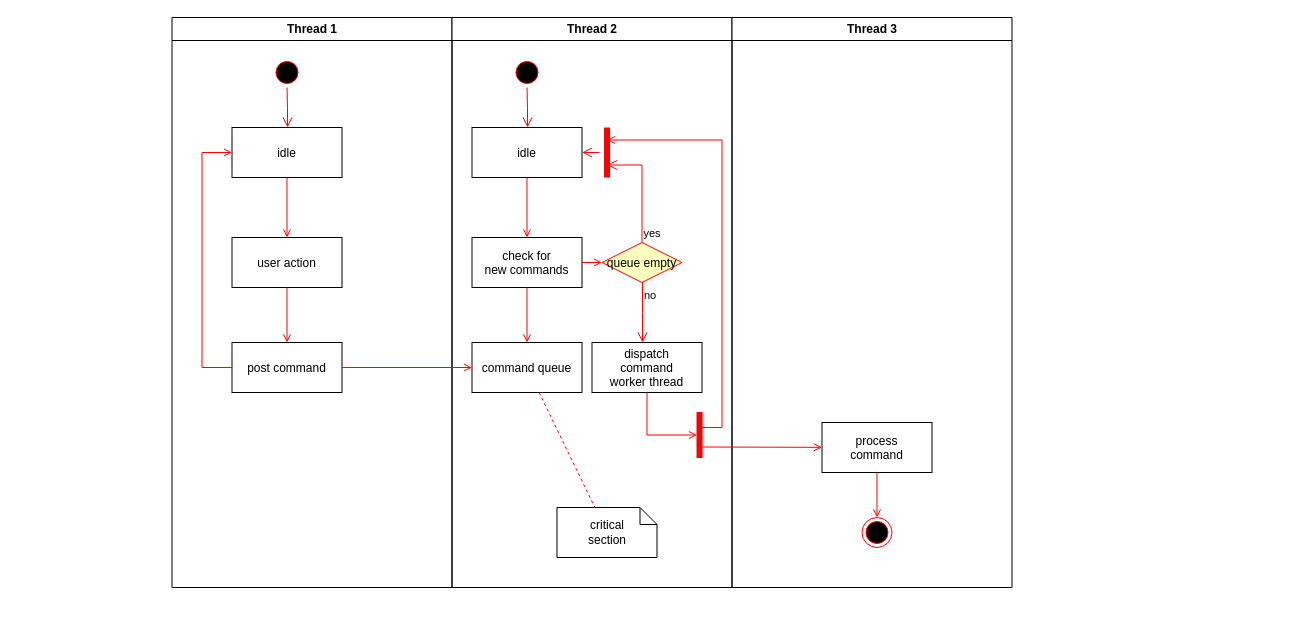
The draw.io diagram createPengajuan.drawio in alifatur323/intern-bootcamp-bri, before the edit. Source tidied: cells renumbered, new cells numbered last; positions are measured from the earlier drawing's top-left corner, leaving out a move shared by most shapes. Both pictures are drawn from the tidied source at 100%, with x=0, y=0 at pixel (171, 17).
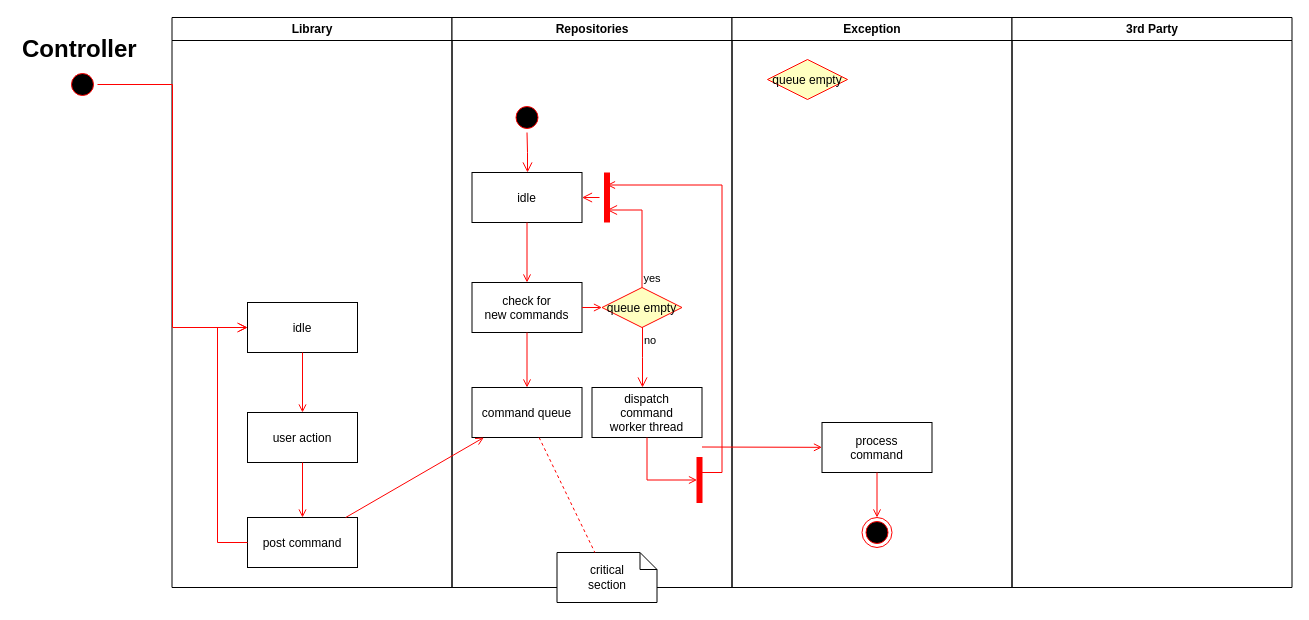
Above is the later version.

What changed in the source:
```diff
@@
-    <mxCell id="2" value="Thread 1" style="swimlane;whiteSpace=wrap;" parent="1" vertex="1">
+    <mxCell id="2" value="Library" style="swimlane;whiteSpace=wrap;" parent="1" vertex="1">
       <mxGeometry x="0.5" width="280" height="570" as="geometry" />
     </mxCell>
-    <mxCell id="3" style="ellipse;shape=startState;fillColor=#000000;strokeColor=#ff0000;" parent="2" vertex="1">
-      <mxGeometry x="100" y="40" width="30" height="30" as="geometry" />
-    </mxCell>
-    <mxCell id="4" style="edgeStyle=elbowEdgeStyle;elbow=horizontal;verticalAlign=bottom;endArrow=open;endSize=8;strokeColor=#FF0000;endFill=1;rounded=0;" parent="2" edge="1" source="3" target="5">
-      <mxGeometry x="100" y="40" as="geometry" />
-    </mxCell>
     <mxCell id="5" value="idle" parent="2" vertex="1">
-      <mxGeometry x="60" y="110" width="110" height="50" as="geometry" />
+      <mxGeometry x="75.5" y="285" width="110" height="50" as="geometry" />
     </mxCell>
     <mxCell id="6" value="user action" parent="2" vertex="1">
-      <mxGeometry x="60" y="220" width="110" height="50" as="geometry" />
+      <mxGeometry x="75.5" y="395" width="110" height="50" as="geometry" />
     </mxCell>
@@
     <mxCell id="8" value="post command" parent="2" vertex="1">
-      <mxGeometry x="60" y="325" width="110" height="50" as="geometry" />
+      <mxGeometry x="75.5" y="500" width="110" height="50" as="geometry" />
     </mxCell>
@@
     <mxCell id="10" style="edgeStyle=elbowEdgeStyle;elbow=horizontal;strokeColor=#FF0000;endArrow=open;endFill=1;rounded=0;" parent="2" edge="1" source="8" target="5">
       <mxGeometry relative="1" as="geometry">
         <Array as="points">
-          <mxPoint x="30" y="250" />
+          <mxPoint x="45.5" y="425" />
         </Array>
       </mxGeometry>
     </mxCell>
-    <mxCell id="11" value="Thread 2" style="swimlane;whiteSpace=wrap;" parent="1" vertex="1">
+    <mxCell id="11" value="Repositories" style="swimlane;whiteSpace=wrap;" parent="1" vertex="1">
       <mxGeometry x="280.5" width="280" height="570" as="geometry" />
     </mxCell>
     <mxCell id="12" style="ellipse;shape=startState;fillColor=#000000;strokeColor=#ff0000;" parent="11" vertex="1">
-      <mxGeometry x="60" y="40" width="30" height="30" as="geometry" />
+      <mxGeometry x="60" y="85" width="30" height="30" as="geometry" />
     </mxCell>
     <mxCell id="13" style="edgeStyle=elbowEdgeStyle;elbow=horizontal;verticalAlign=bottom;endArrow=open;endSize=8;strokeColor=#FF0000;endFill=1;rounded=0;" parent="11" edge="1" source="12" target="14">
-      <mxGeometry x="40" y="20" as="geometry" />
+      <mxGeometry x="40" y="65" as="geometry" />
     </mxCell>
     <mxCell id="14" value="idle" parent="11" vertex="1">
-      <mxGeometry x="20" y="110" width="110" height="50" as="geometry" />
+      <mxGeometry x="20" y="155" width="110" height="50" as="geometry" />
     </mxCell>
     <mxCell id="15" value="check for &#10;new commands" parent="11" vertex="1">
-      <mxGeometry x="20" y="220" width="110" height="50" as="geometry" />
+      <mxGeometry x="20" y="265" width="110" height="50" as="geometry" />
     </mxCell>
@@
     <mxCell id="17" value="command queue" parent="11" vertex="1">
-      <mxGeometry x="20" y="325" width="110" height="50" as="geometry" />
+      <mxGeometry x="20" y="370" width="110" height="50" as="geometry" />
     </mxCell>
@@
     <mxCell id="19" value="queue empty" style="rhombus;fillColor=#ffffc0;strokeColor=#ff0000;" parent="11" vertex="1">
-      <mxGeometry x="150" y="225" width="80" height="40" as="geometry" />
+      <mxGeometry x="150" y="270" width="80" height="40" as="geometry" />
     </mxCell>
     <mxCell id="20" value="yes" style="edgeStyle=elbowEdgeStyle;elbow=horizontal;align=left;verticalAlign=bottom;endArrow=open;endSize=8;strokeColor=#FF0000;exitX=0.5;exitY=0;endFill=1;rounded=0;entryX=0.75;entryY=0.5;entryPerimeter=0;" parent="11" edge="1" source="19" target="23">
       <mxGeometry x="-1" relative="1" as="geometry">
         <Array as="points">
-          <mxPoint x="190" y="180" />
+          <mxPoint x="190" y="225" />
         </Array>
       </mxGeometry>
     </mxCell>
@@
     <mxCell id="23" style="shape=line;strokeWidth=6;strokeColor=#ff0000;rotation=90;" parent="11" vertex="1">
-      <mxGeometry x="130" y="127.5" width="50" height="15" as="geometry" />
+      <mxGeometry x="130" y="172.5" width="50" height="15" as="geometry" />
     </mxCell>
     <mxCell id="24" style="edgeStyle=elbowEdgeStyle;elbow=horizontal;verticalAlign=bottom;endArrow=open;endSize=8;strokeColor=#FF0000;endFill=1;rounded=0;" parent="11" edge="1" source="23" target="14">
-      <mxGeometry x="130" y="90" as="geometry" />
+      <mxGeometry x="130" y="135" as="geometry" />
     </mxCell>
     <mxCell id="25" value="dispatch&#10;command&#10;worker thread" parent="11" vertex="1">
-      <mxGeometry x="140" y="325" width="110" height="50" as="geometry" />
+      <mxGeometry x="140" y="370" width="110" height="50" as="geometry" />
     </mxCell>
     <mxCell id="26" value="critical&#10;section" style="shape=note;whiteSpace=wrap;size=17;" parent="11" vertex="1">
-      <mxGeometry x="105" y="490" width="100" height="50" as="geometry" />
+      <mxGeometry x="105" y="535" width="100" height="50" as="geometry" />
     </mxCell>
@@
     <mxCell id="28" style="whiteSpace=wrap;strokeColor=#FF0000;fillColor=#FF0000;" parent="11" vertex="1">
-      <mxGeometry x="245" y="395" width="5" height="45" as="geometry" />
+      <mxGeometry x="245" y="440" width="5" height="45" as="geometry" />
     </mxCell>
     <mxCell id="29" style="edgeStyle=elbowEdgeStyle;elbow=horizontal;entryX=0;entryY=0.5;strokeColor=#FF0000;endArrow=open;endFill=1;rounded=0;" parent="11" edge="1" source="25" target="28">
       <mxGeometry relative="1" as="geometry">
         <Array as="points">
-          <mxPoint x="195" y="400" />
+          <mxPoint x="195" y="445" />
         </Array>
       </mxGeometry>
     </mxCell>
-    <mxCell id="30" value="Thread 3" style="swimlane;whiteSpace=wrap;" parent="1" vertex="1">
+    <mxCell id="30" value="Exception" style="swimlane;whiteSpace=wrap;" parent="1" vertex="1">
       <mxGeometry x="560.5" width="280" height="570" as="geometry" />
     </mxCell>
@@
     <mxCell id="32" style="edgeStyle=elbowEdgeStyle;elbow=horizontal;strokeColor=#FF0000;endArrow=open;endFill=1;rounded=0;entryX=0.25;entryY=0.5;entryPerimeter=0;" parent="30" edge="1" target="23">
       <mxGeometry relative="1" as="geometry">
-        <mxPoint x="-30" y="410" as="sourcePoint" />
+        <mxPoint x="-30" y="455" as="sourcePoint" />
         <Array as="points">
-          <mxPoint x="-10" y="135" />
+          <mxPoint x="-10" y="180" />
         </Array>
       </mxGeometry>
     </mxCell>
@@
+    <mxCell id="37" value="queue empty" style="rhombus;fillColor=#ffffc0;strokeColor=#ff0000;" parent="30" vertex="1">
+      <mxGeometry x="35.5" y="42" width="80" height="40" as="geometry" />
+    </mxCell>
@@
+    <mxCell id="38" value="3rd Party" style="swimlane;whiteSpace=wrap;" parent="1" vertex="1">
+      <mxGeometry x="840.5" width="280" height="570" as="geometry" />
+    </mxCell>
+    <mxCell id="3" style="ellipse;shape=startState;fillColor=#000000;strokeColor=#ff0000;" parent="1" vertex="1">
+      <mxGeometry x="-104" y="52" width="30" height="30" as="geometry" />
+    </mxCell>
+    <mxCell id="4" style="edgeStyle=elbowEdgeStyle;elbow=horizontal;verticalAlign=bottom;endArrow=open;endSize=8;strokeColor=#FF0000;endFill=1;rounded=0;" parent="1" edge="1" source="3" target="5">
+      <mxGeometry x="264.5" y="168" as="geometry" />
+    </mxCell>
+    <mxCell id="39" value="&lt;h1&gt;Controller&lt;/h1&gt;" style="text;html=1;strokeColor=none;fillColor=none;spacing=5;spacingTop=-20;whiteSpace=wrap;overflow=hidden;rounded=0;" parent="1" vertex="1">
+      <mxGeometry x="-154" y="12" width="130" height="40" as="geometry" />
+    </mxCell>
```
